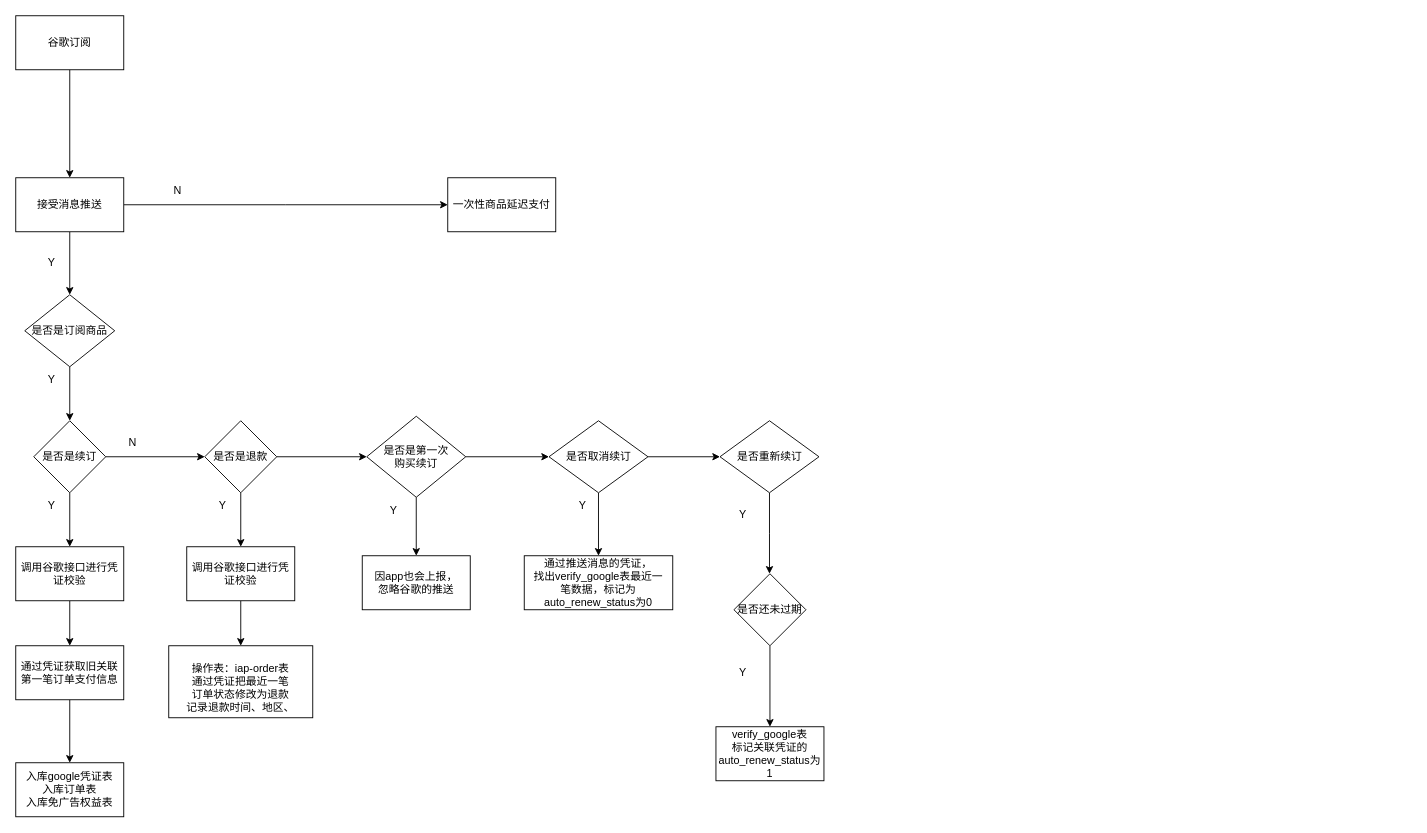
The draw.io diagram 谷歌支付回调.drawio in ffyyhh995511/draw.io, before the edit. Source tidied: cells renumbered, new cells numbered last; positions are measured from the earlier drawing's top-left corner, leaving out a move shared by most shapes. Both pictures are drawn from the tidied source at 90%, with x=0, y=0 at pixel (15, 15).
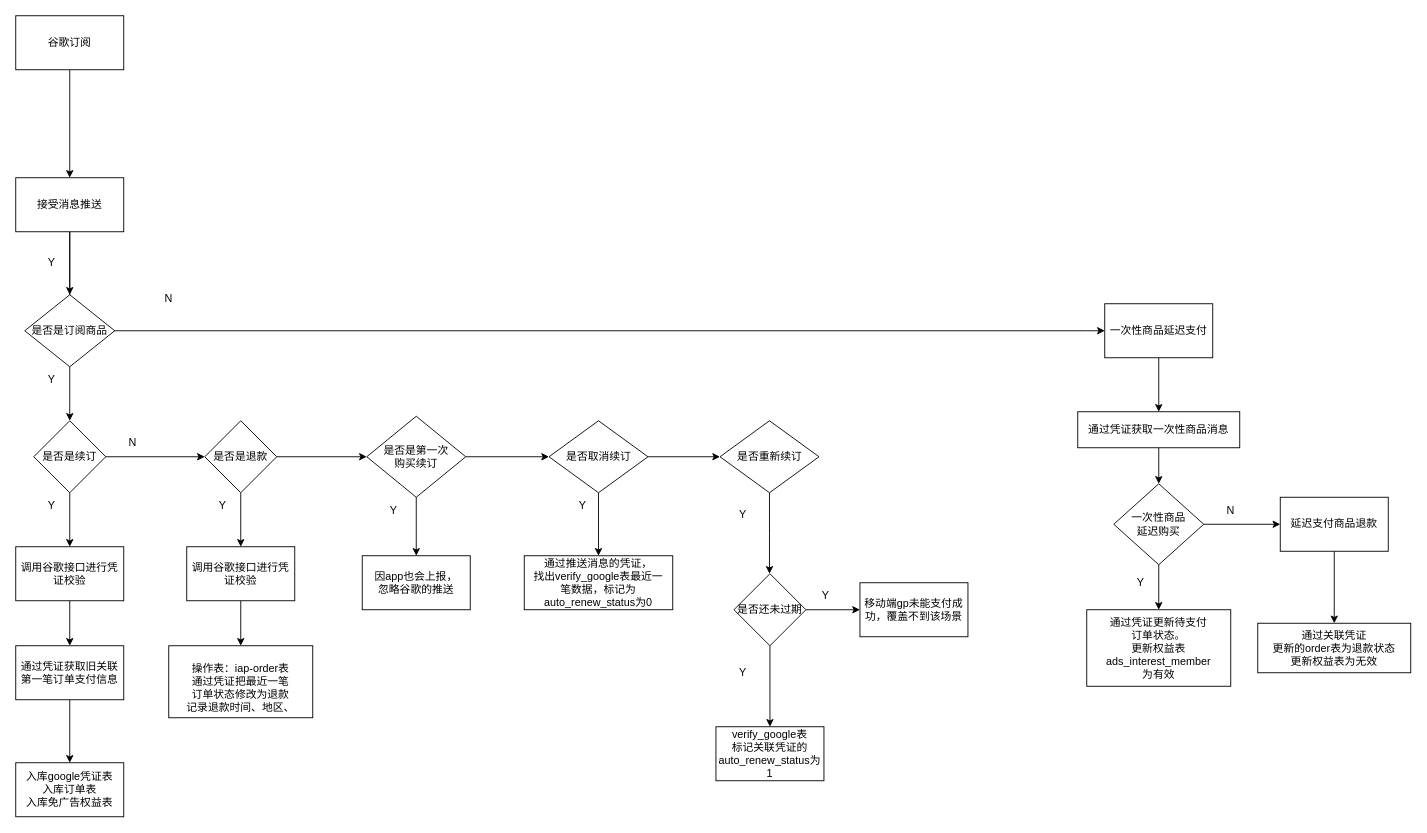
Above is the later version.

Commit message (it also covers changes not shown here):
更新谷歌支付回调.drawio

Unchanged cells that the change refers to:
```xml
<mxCell id="6" value="接受消息推送" style="rounded=0;whiteSpace=wrap;html=1;" parent="1" vertex="1">
  <mxGeometry y="180" width="120" height="60" as="geometry" />
</mxCell>
<mxCell id="44" value="是否还未过期" style="rhombus;whiteSpace=wrap;html=1;" parent="1" vertex="1">
  <mxGeometry x="798" y="620" width="80" height="80" as="geometry" />
</mxCell>
```

The edit, as a diff of the source:
```diff
@@
-    <mxCell id="5" style="edgeStyle=orthogonalEdgeStyle;rounded=0;jettySize=auto;html=1;" parent="1" edge="1" source="6">
+    <mxCell id="5" style="edgeStyle=orthogonalEdgeStyle;rounded=0;jettySize=auto;html=1;entryX=0;entryY=0.5;entryDx=0;entryDy=0;" parent="1" edge="1" source="6" target="28">
       <mxGeometry relative="1" as="geometry">
-        <mxPoint x="480" y="210" as="targetPoint" />
+        <Array as="points">
+          <mxPoint x="60" y="350" />
+          <mxPoint x="1190" y="350" />
+        </Array>
       </mxGeometry>
     </mxCell>
@@
     <mxCell id="27" value="N" style="text;html=1;strokeColor=none;fillColor=none;align=center;verticalAlign=middle;whiteSpace=wrap;rounded=0;" parent="1" vertex="1">
-      <mxGeometry x="150" y="180" width="60" height="30" as="geometry" />
+      <mxGeometry x="140" y="300" width="60" height="30" as="geometry" />
     </mxCell>
+    <mxCell id="47" style="edgeStyle=orthogonalEdgeStyle;rounded=0;jettySize=auto;html=1;" parent="1" edge="1" source="28" target="52">
+      <mxGeometry relative="1" as="geometry" />
+    </mxCell>
     <mxCell id="28" value="一次性商品延迟支付" style="rounded=0;whiteSpace=wrap;html=1;" parent="1" vertex="1">
-      <mxGeometry x="480" y="180" width="120" height="60" as="geometry" />
+      <mxGeometry x="1210" y="320" width="120" height="60" as="geometry" />
     </mxCell>
@@
+    <mxCell id="48" style="edgeStyle=orthogonalEdgeStyle;rounded=0;jettySize=auto;html=1;" parent="1" edge="1" source="44" target="49">
+      <mxGeometry relative="1" as="geometry" />
+    </mxCell>
@@
+    <mxCell id="49" value="移动端gp未能支付成功，覆盖不到该场景" style="whiteSpace=wrap;html=1;" parent="1" vertex="1">
+      <mxGeometry x="938" y="630" width="120" height="60" as="geometry" />
+    </mxCell>
+    <mxCell id="50" value="Y" style="text;html=1;strokeColor=none;fillColor=none;align=center;verticalAlign=middle;whiteSpace=wrap;rounded=0;" parent="1" vertex="1">
+      <mxGeometry x="870" y="630" width="60" height="30" as="geometry" />
+    </mxCell>
+    <mxCell id="51" style="edgeStyle=orthogonalEdgeStyle;rounded=0;jettySize=auto;html=1;" parent="1" edge="1" source="52" target="55">
+      <mxGeometry relative="1" as="geometry" />
+    </mxCell>
+    <mxCell id="52" value="通过凭证获取一次性商品消息" style="rounded=0;whiteSpace=wrap;html=1;" parent="1" vertex="1">
+      <mxGeometry x="1180" y="440" width="180" height="40" as="geometry" />
+    </mxCell>
+    <mxCell id="53" style="edgeStyle=orthogonalEdgeStyle;rounded=0;jettySize=auto;html=1;" parent="1" edge="1" source="55" target="56">
+      <mxGeometry relative="1" as="geometry" />
+    </mxCell>
+    <mxCell id="54" style="edgeStyle=orthogonalEdgeStyle;rounded=0;jettySize=auto;html=1;" parent="1" edge="1" source="55" target="59">
+      <mxGeometry relative="1" as="geometry" />
+    </mxCell>
+    <mxCell id="55" value="一次性商品&lt;br&gt;延迟购买" style="rhombus;whiteSpace=wrap;html=1;rounded=0;" parent="1" vertex="1">
+      <mxGeometry x="1220" y="520" width="100" height="90" as="geometry" />
+    </mxCell>
+    <mxCell id="56" value="通过凭证更新待支付&lt;br&gt;订单状态。&lt;br&gt;更新权益表&lt;br&gt;ads_interest_member&lt;br&gt;为有效" style="whiteSpace=wrap;html=1;rounded=0;" parent="1" vertex="1">
+      <mxGeometry x="1190" y="660" width="160" height="85" as="geometry" />
+    </mxCell>
+    <mxCell id="57" value="Y" style="text;html=1;strokeColor=none;fillColor=none;align=center;verticalAlign=middle;whiteSpace=wrap;rounded=0;" parent="1" vertex="1">
+      <mxGeometry x="1220" y="615" width="60" height="30" as="geometry" />
+    </mxCell>
+    <mxCell id="58" style="edgeStyle=orthogonalEdgeStyle;rounded=0;jettySize=auto;html=1;" parent="1" edge="1" source="59" target="61">
+      <mxGeometry relative="1" as="geometry" />
+    </mxCell>
+    <mxCell id="59" value="延迟支付商品退款" style="whiteSpace=wrap;html=1;rounded=0;" parent="1" vertex="1">
+      <mxGeometry x="1405" y="535" width="120" height="60" as="geometry" />
+    </mxCell>
+    <mxCell id="60" value="N" style="text;html=1;strokeColor=none;fillColor=none;align=center;verticalAlign=middle;whiteSpace=wrap;rounded=0;" parent="1" vertex="1">
+      <mxGeometry x="1320" y="535" width="60" height="30" as="geometry" />
+    </mxCell>
+    <mxCell id="61" value="通过关联凭证&lt;br&gt;更新的order表为退款状态&lt;br&gt;更新权益表为无效" style="whiteSpace=wrap;html=1;rounded=0;" parent="1" vertex="1">
+      <mxGeometry x="1380" y="675" width="170" height="55" as="geometry" />
+    </mxCell>
```
